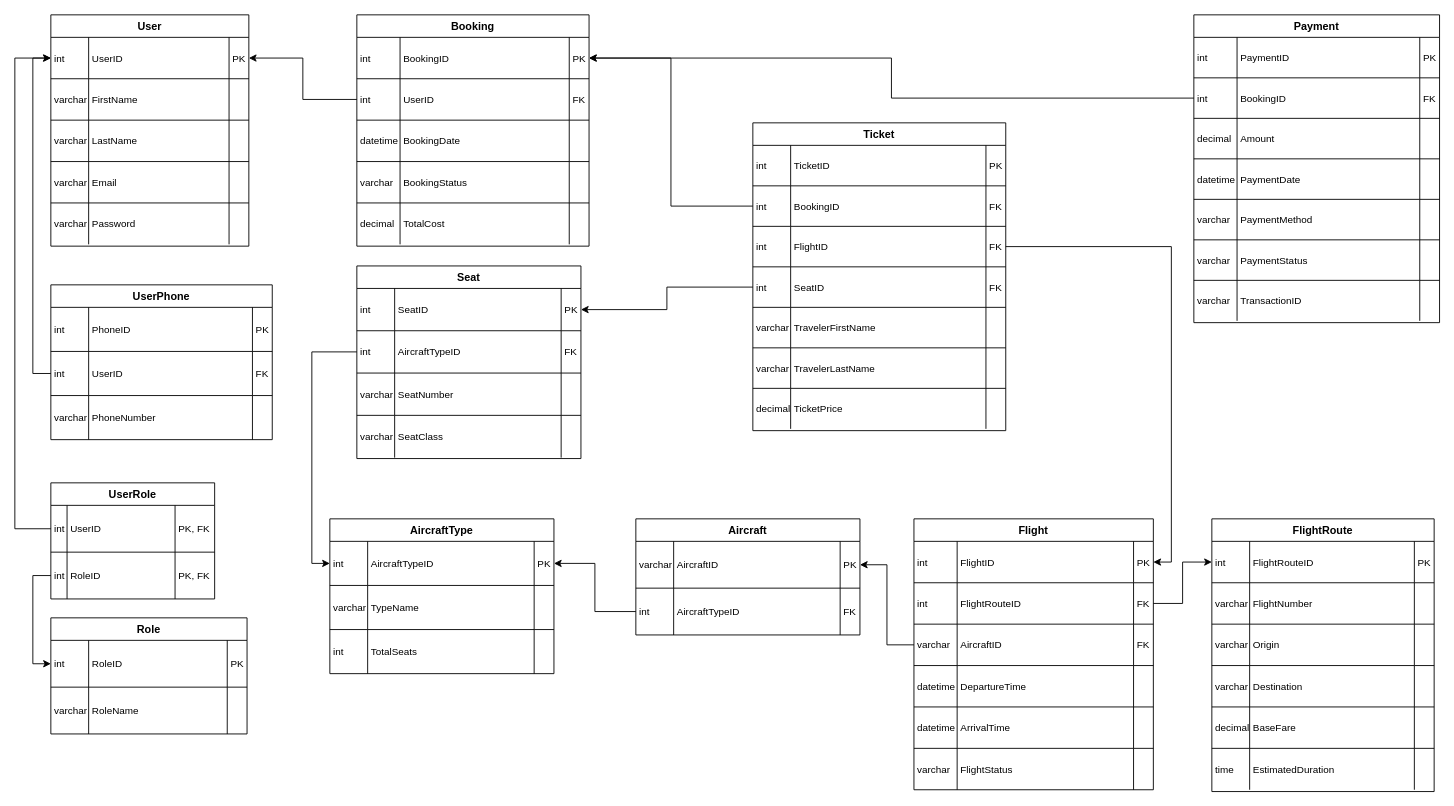
Above: erd-mapping/Airline - Mapping.drawio in EyadMostafa/airline-reservation-system (draw.io), before the change. Source tidied: cells renumbered, new cells numbered last; positions are measured from the earlier drawing's top-left corner, leaving out a move shared by most shapes. Both pictures are drawn from the tidied source at 90%, with x=0, y=0 at pixel (14, 14).
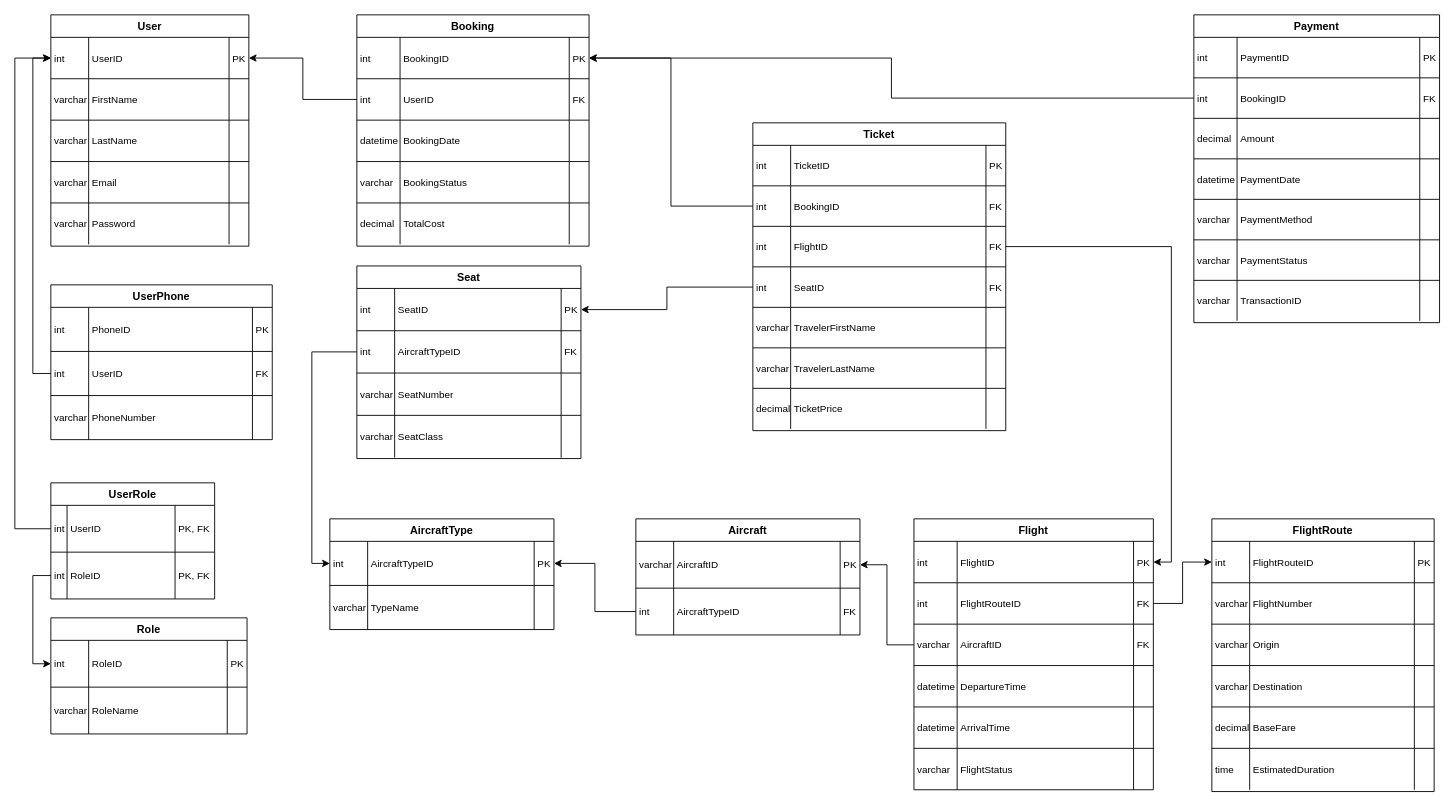
After the change.

Commit message (it also covers changes not shown here):
removed the 'TotalSeats' field from 'AircraftType' table as it is a derived attribute

Diff of the diagram source:
```diff
@@
     <mxCell id="104" value="AircraftType" style="shape=table;startSize=25;childLayout=tableLayout;rowLines=1;fontStyle=1;align=center;" parent="1" vertex="1">
-      <mxGeometry x="350" y="560" width="249" height="172" as="geometry" />
+      <mxGeometry x="350" y="560" width="249" height="123" as="geometry" />
     </mxCell>
@@
-    <mxCell id="113" style="shape=tableRow;horizontal=0;startSize=0;swimlaneHead=0;swimlaneBody=0;fillColor=none;top=0;left=0;right=0;bottom=0;" parent="104" vertex="1">
-      <mxGeometry y="123" width="249" height="49" as="geometry" />
-    </mxCell>
-    <mxCell id="114" value="int" style="shape=partialRectangle;fillColor=none;top=0;left=0;bottom=0;right=0;align=left;spacingLeft=2;overflow=hidden;fontSize=11;" parent="113" vertex="1">
-      <mxGeometry width="42" height="49" as="geometry" />
-    </mxCell>
-    <mxCell id="115" value="TotalSeats" style="shape=partialRectangle;fillColor=none;top=0;left=0;bottom=0;right=0;align=left;spacingLeft=2;overflow=hidden;fontSize=11;" parent="113" vertex="1">
-      <mxGeometry x="42" width="185" height="49" as="geometry" />
-    </mxCell>
-    <mxCell id="116" style="shape=partialRectangle;fillColor=none;top=0;left=0;bottom=0;right=0;align=left;spacingLeft=2;overflow=hidden;fontSize=11;" parent="113" vertex="1">
-      <mxGeometry x="227" width="22" height="49" as="geometry" />
-    </mxCell>
```
